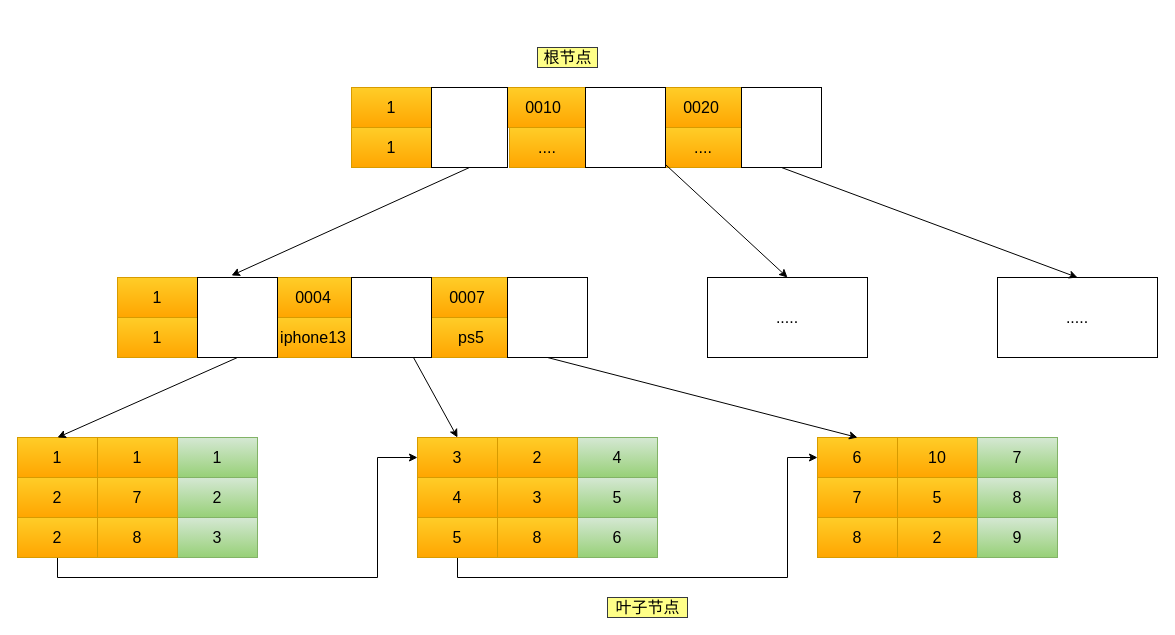
The draw.io diagram mysql/索引/联合索引案例.drawio in xiaolincoder/ImageHost4, before the edit. Source tidied: cells renumbered, new cells numbered last; positions are measured from the earlier drawing's top-left corner, leaving out a move shared by most shapes. Both pictures are drawn from the tidied source at 100%, with x=0, y=0 at pixel (17, 47).
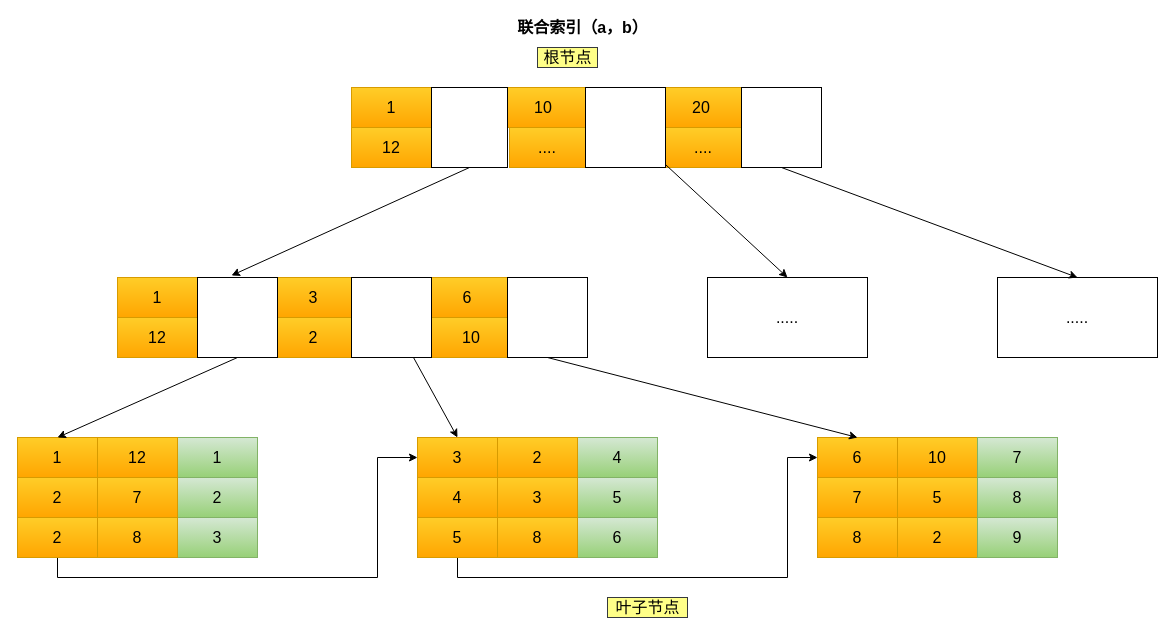
The same page after the edit.

Commit message (it also covers changes not shown here):
Update 联合索引案例.drawio

Change to the diagram source:
```diff
@@
-    <mxCell id="7" value="iphone13" style="rounded=0;whiteSpace=wrap;html=1;fontSize=16;fillColor=#ffcd28;gradientColor=#ffa500;strokeColor=#d79b00;" parent="1" vertex="1">
+    <mxCell id="7" value="2" style="rounded=0;whiteSpace=wrap;html=1;fontSize=16;fillColor=#ffcd28;gradientColor=#ffa500;strokeColor=#d79b00;" parent="1" vertex="1">
       <mxGeometry x="254" y="270" width="84" height="40" as="geometry" />
     </mxCell>
-    <mxCell id="8" value="0007" style="rounded=0;whiteSpace=wrap;html=1;fontSize=16;fillColor=#ffcd28;gradientColor=#ffa500;strokeColor=#d79b00;" parent="1" vertex="1">
+    <mxCell id="8" value="6" style="rounded=0;whiteSpace=wrap;html=1;fontSize=16;fillColor=#ffcd28;gradientColor=#ffa500;strokeColor=#d79b00;" parent="1" vertex="1">
       <mxGeometry x="410" y="230" width="80" height="40" as="geometry" />
     </mxCell>
@@
-    <mxCell id="28" value="0010" style="rounded=0;whiteSpace=wrap;html=1;fontSize=16;fillColor=#ffcd28;gradientColor=#ffa500;strokeColor=#d79b00;" parent="1" vertex="1">
+    <mxCell id="28" value="10" style="rounded=0;whiteSpace=wrap;html=1;fontSize=16;fillColor=#ffcd28;gradientColor=#ffa500;strokeColor=#d79b00;" parent="1" vertex="1">
       <mxGeometry x="484" y="40" width="84" height="40" as="geometry" />
     </mxCell>
-    <mxCell id="29" value="0020" style="rounded=0;whiteSpace=wrap;html=1;fontSize=16;fillColor=#ffcd28;gradientColor=#ffa500;strokeColor=#d79b00;" parent="1" vertex="1">
+    <mxCell id="29" value="20" style="rounded=0;whiteSpace=wrap;html=1;fontSize=16;fillColor=#ffcd28;gradientColor=#ffa500;strokeColor=#d79b00;" parent="1" vertex="1">
       <mxGeometry x="644" y="40" width="80" height="40" as="geometry" />
     </mxCell>
@@
-    <mxCell id="32" value="1" style="rounded=0;whiteSpace=wrap;html=1;fontSize=16;fillColor=#ffcd28;gradientColor=#ffa500;strokeColor=#d79b00;" parent="1" vertex="1">
+    <mxCell id="32" value="12" style="rounded=0;whiteSpace=wrap;html=1;fontSize=16;fillColor=#ffcd28;gradientColor=#ffa500;strokeColor=#d79b00;" parent="1" vertex="1">
       <mxGeometry x="334" y="80" width="80" height="40" as="geometry" />
     </mxCell>
-    <mxCell id="33" value="1" style="rounded=0;whiteSpace=wrap;html=1;fontSize=16;fillColor=#ffcd28;gradientColor=#ffa500;strokeColor=#d79b00;" parent="1" vertex="1">
+    <mxCell id="33" value="12" style="rounded=0;whiteSpace=wrap;html=1;fontSize=16;fillColor=#ffcd28;gradientColor=#ffa500;strokeColor=#d79b00;" parent="1" vertex="1">
       <mxGeometry x="100" y="270" width="80" height="40" as="geometry" />
     </mxCell>
-    <mxCell id="34" value="1" style="rounded=0;whiteSpace=wrap;html=1;fontSize=16;fillColor=#ffcd28;gradientColor=#ffa500;strokeColor=#d79b00;" parent="1" vertex="1">
+    <mxCell id="34" value="12" style="rounded=0;whiteSpace=wrap;html=1;fontSize=16;fillColor=#ffcd28;gradientColor=#ffa500;strokeColor=#d79b00;" parent="1" vertex="1">
       <mxGeometry x="80" y="390" width="80" height="40" as="geometry" />
     </mxCell>
@@
-    <mxCell id="43" value="0004" style="rounded=0;whiteSpace=wrap;html=1;fontSize=16;fillColor=#ffcd28;gradientColor=#ffa500;strokeColor=#d79b00;" parent="1" vertex="1">
+    <mxCell id="43" value="3" style="rounded=0;whiteSpace=wrap;html=1;fontSize=16;fillColor=#ffcd28;gradientColor=#ffa500;strokeColor=#d79b00;" parent="1" vertex="1">
       <mxGeometry x="253.5" y="230" width="84" height="40" as="geometry" />
     </mxCell>
-    <mxCell id="44" value="ps5" style="rounded=0;whiteSpace=wrap;html=1;fontSize=16;fillColor=#ffcd28;gradientColor=#ffa500;strokeColor=#d79b00;" parent="1" vertex="1">
+    <mxCell id="44" value="10" style="rounded=0;whiteSpace=wrap;html=1;fontSize=16;fillColor=#ffcd28;gradientColor=#ffa500;strokeColor=#d79b00;" parent="1" vertex="1">
       <mxGeometry x="414" y="270" width="80" height="40" as="geometry" />
     </mxCell>
@@
+    <mxCell id="59" value="联合索引（a，b）" style="text;html=1;align=center;verticalAlign=middle;strokeColor=none;fillColor=none;fontSize=16;fontStyle=1;" parent="1" vertex="1">
+      <mxGeometry x="490" y="-30" width="150" height="20" as="geometry" />
+    </mxCell>
```
